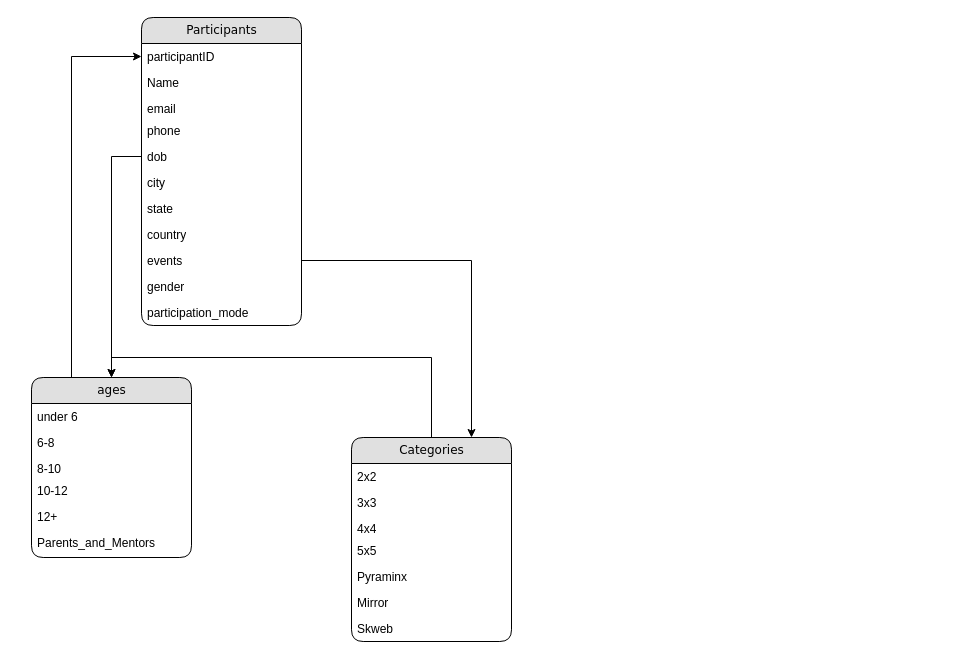
Earlier version of the draw.io diagram make_db/Untitled Diagram.drawio (PranavKrishnan007/revaluation_traboda). Source tidied: cells renumbered, new cells numbered last; positions are measured from the earlier drawing's top-left corner, leaving out a move shared by most shapes. Both pictures are drawn from the tidied source at 100%, with x=0, y=0 at pixel (31, 17).
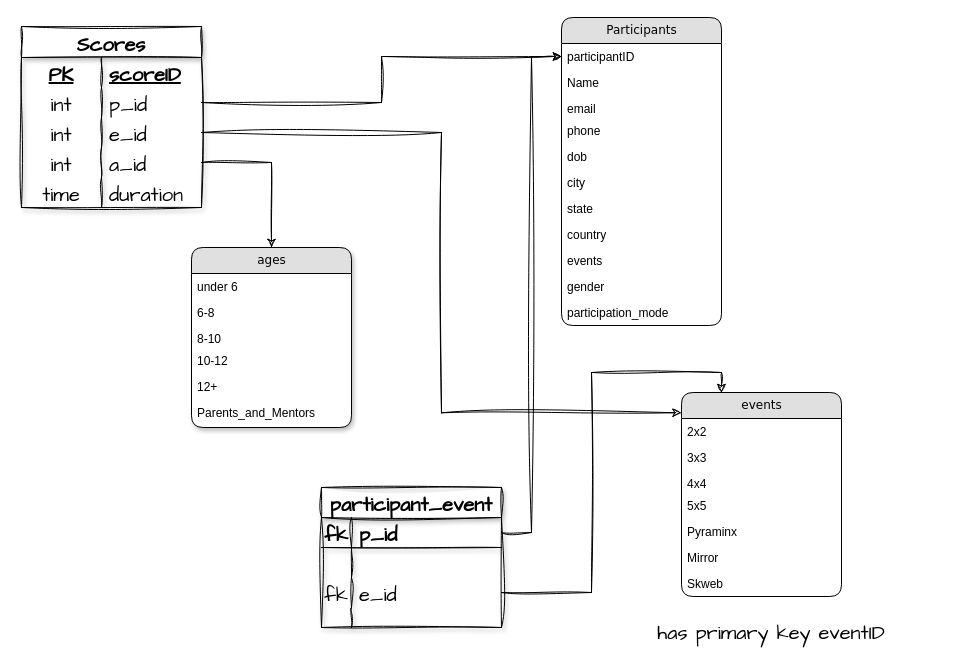
The same page after the edit.

The change refers to these unchanged cells:
```xml
<mxCell id="3" value="participantID" style="text;html=1;strokeColor=none;fillColor=none;spacingLeft=4;spacingRight=4;whiteSpace=wrap;overflow=hidden;points=[[0,0.5],[1,0.5]];portConstraint=eastwest;" parent="2" vertex="1">
  <mxGeometry y="26" width="160" height="26" as="geometry" />
</mxCell>
<mxCell id="7" value="dob" style="text;html=1;strokeColor=none;fillColor=none;spacingLeft=4;spacingRight=4;whiteSpace=wrap;overflow=hidden;points=[[0,0.5],[1,0.5]];portConstraint=eastwest;" parent="2" vertex="1">
  <mxGeometry y="126" width="160" height="26" as="geometry" />
</mxCell>
<mxCell id="11" value="events" style="text;html=1;strokeColor=none;fillColor=none;spacingLeft=4;spacingRight=4;whiteSpace=wrap;overflow=hidden;points=[[0,0.5],[1,0.5]];portConstraint=eastwest;" parent="2" vertex="1">
  <mxGeometry y="230" width="160" height="26" as="geometry" />
</mxCell>
<mxCell id="16" value="2x2" style="text;html=1;strokeColor=none;fillColor=none;spacingLeft=4;spacingRight=4;whiteSpace=wrap;overflow=hidden;points=[[0,0.5],[1,0.5]];portConstraint=eastwest;" parent="15" vertex="1">
  <mxGeometry y="26" width="160" height="26" as="geometry" />
</mxCell>
```

Diff of the diagram source:
```diff
@@
     <mxCell id="2" value="Participants" style="swimlane;html=1;fontStyle=0;horizontal=1;startSize=26;fillColor=#e0e0e0;swimlaneFillColor=#ffffff;align=center;rounded=1;shadow=0;comic=0;labelBackgroundColor=none;strokeWidth=1;fontFamily=Verdana;fontSize=12;" parent="1" vertex="1">
-      <mxGeometry x="110" width="160" height="308" as="geometry" />
+      <mxGeometry x="530" width="160" height="308" as="geometry" />
     </mxCell>
@@
-    <mxCell id="14" style="edgeStyle=orthogonalEdgeStyle;rounded=0;jettySize=auto;html=1;exitX=0.5;exitY=0;exitDx=0;exitDy=0;entryX=0.5;entryY=0;entryDx=0;entryDy=0;" parent="1" edge="1" source="15" target="24">
-      <mxGeometry relative="1" as="geometry" />
-    </mxCell>
-    <mxCell id="15" value="Categories" style="swimlane;html=1;fontStyle=0;horizontal=1;startSize=26;fillColor=#e0e0e0;swimlaneFillColor=#ffffff;align=center;rounded=1;shadow=0;comic=0;labelBackgroundColor=none;strokeWidth=1;fontFamily=Verdana;fontSize=12;" parent="1" vertex="1">
-      <mxGeometry x="320" y="420" width="160" height="204" as="geometry" />
+    <mxCell id="15" value="events" style="swimlane;html=1;fontStyle=0;horizontal=1;startSize=26;fillColor=#e0e0e0;swimlaneFillColor=#ffffff;align=center;rounded=1;shadow=0;comic=0;labelBackgroundColor=none;strokeWidth=1;fontFamily=Verdana;fontSize=12;" parent="1" vertex="1">
+      <mxGeometry x="650" y="375" width="160" height="204" as="geometry" />
     </mxCell>
@@
-    <mxCell id="23" style="edgeStyle=orthogonalEdgeStyle;rounded=0;jettySize=auto;html=1;exitX=0.25;exitY=0;exitDx=0;exitDy=0;entryX=0;entryY=0.5;entryDx=0;entryDy=0;" parent="1" edge="1" source="24" target="3">
-      <mxGeometry relative="1" as="geometry" />
-    </mxCell>
-    <mxCell id="24" value="ages" style="swimlane;html=1;fontStyle=0;horizontal=1;startSize=26;fillColor=#e0e0e0;swimlaneFillColor=#ffffff;align=center;rounded=1;shadow=0;comic=0;labelBackgroundColor=none;strokeWidth=1;fontFamily=Verdana;fontSize=12;" parent="1" vertex="1">
-      <mxGeometry y="360" width="160" height="180" as="geometry" />
+    <mxCell id="24" value="ages" style="swimlane;html=1;fontStyle=0;horizontal=1;startSize=26;fillColor=#e0e0e0;swimlaneFillColor=#ffffff;align=center;rounded=1;shadow=1;comic=0;labelBackgroundColor=none;strokeWidth=1;fontFamily=Verdana;fontSize=12;" parent="1" vertex="1">
+      <mxGeometry x="160" y="230" width="160" height="180" as="geometry" />
     </mxCell>
@@
-    <mxCell id="31" style="edgeStyle=orthogonalEdgeStyle;rounded=0;jettySize=auto;html=1;exitX=0;exitY=0.5;exitDx=0;exitDy=0;" parent="1" edge="1" source="7" target="24">
-      <mxGeometry relative="1" as="geometry" />
-    </mxCell>
-    <mxCell id="32" style="edgeStyle=orthogonalEdgeStyle;rounded=0;jettySize=auto;html=1;exitX=1;exitY=0.5;exitDx=0;exitDy=0;entryX=0.75;entryY=0;entryDx=0;entryDy=0;" parent="1" edge="1" source="11" target="15">
-      <mxGeometry relative="1" as="geometry" />
-    </mxCell>
+    <mxCell id="33" value="participant_event" style="shape=table;startSize=30;childLayout=tableLayout;rowLines=0;fontStyle=1;align=center;shadow=1;sketch=1;hachureGap=4;jiggle=2;curveFitting=1;fontFamily=Architects Daughter;fontSize=20;" parent="1" vertex="1">
+      <mxGeometry x="290" y="470" width="180" height="140" as="geometry" />
+    </mxCell>
+    <mxCell id="34" style="shape=tableRow;horizontal=0;startSize=0;swimlaneHead=0;swimlaneBody=0;fillColor=none;points=[[0,0.5],[1,0.5]];portConstraint=eastwest;top=0;left=0;right=0;bottom=1;shadow=1;sketch=1;hachureGap=4;jiggle=2;curveFitting=1;fontFamily=Architects Daughter;fontSize=20;" parent="33" vertex="1">
+      <mxGeometry y="30" width="180" height="30" as="geometry" />
+    </mxCell>
+    <mxCell id="35" value="fk" style="shape=partialRectangle;fillColor=none;top=0;left=0;bottom=0;right=0;fontStyle=1;overflow=hidden;shadow=1;sketch=1;hachureGap=4;jiggle=2;curveFitting=1;fontFamily=Architects Daughter;fontSize=20;" parent="34" vertex="1">
+      <mxGeometry width="30" height="30" as="geometry" />
+    </mxCell>
+    <mxCell id="36" value="p_id" style="shape=partialRectangle;fillColor=none;top=0;left=0;bottom=0;right=0;align=left;spacingLeft=6;fontStyle=1;overflow=hidden;shadow=1;sketch=1;hachureGap=4;jiggle=2;curveFitting=1;fontFamily=Architects Daughter;fontSize=20;" parent="34" vertex="1">
+      <mxGeometry x="30" width="150" height="30" as="geometry" />
+    </mxCell>
+    <mxCell id="37" style="shape=tableRow;horizontal=0;startSize=0;swimlaneHead=0;swimlaneBody=0;fillColor=none;top=0;left=0;right=0;bottom=0;shadow=1;sketch=1;hachureGap=4;jiggle=2;curveFitting=1;fontFamily=Architects Daughter;fontSize=20;" parent="33" vertex="1">
+      <mxGeometry y="60" width="180" height="30" as="geometry" />
+    </mxCell>
+    <mxCell id="38" style="shape=partialRectangle;fillColor=none;top=0;left=0;bottom=0;right=0;overflow=hidden;shadow=1;sketch=1;hachureGap=4;jiggle=2;curveFitting=1;fontFamily=Architects Daughter;fontSize=20;" parent="37" vertex="1">
+      <mxGeometry width="30" height="30" as="geometry" />
+    </mxCell>
+    <mxCell id="39" style="shape=partialRectangle;fillColor=none;top=0;left=0;bottom=0;right=0;align=left;spacingLeft=6;overflow=hidden;shadow=1;sketch=1;hachureGap=4;jiggle=2;curveFitting=1;fontFamily=Architects Daughter;fontSize=20;" parent="37" vertex="1">
+      <mxGeometry x="30" width="150" height="30" as="geometry" />
+    </mxCell>
+    <mxCell id="40" style="shape=tableRow;horizontal=0;startSize=0;swimlaneHead=0;swimlaneBody=0;fillColor=none;points=[[0,0.5],[1,0.5]];portConstraint=eastwest;top=0;left=0;right=0;bottom=0;shadow=1;sketch=1;hachureGap=4;jiggle=2;curveFitting=1;fontFamily=Architects Daughter;fontSize=20;" parent="33" vertex="1">
+      <mxGeometry y="90" width="180" height="30" as="geometry" />
+    </mxCell>
+    <mxCell id="41" value="fk" style="shape=partialRectangle;fillColor=none;top=0;left=0;bottom=0;right=0;overflow=hidden;shadow=1;sketch=1;hachureGap=4;jiggle=2;curveFitting=1;fontFamily=Architects Daughter;fontSize=20;" parent="40" vertex="1">
+      <mxGeometry width="30" height="30" as="geometry" />
+    </mxCell>
+    <mxCell id="42" value="e_id" style="shape=partialRectangle;fillColor=none;top=0;left=0;bottom=0;right=0;align=left;spacingLeft=6;overflow=hidden;shadow=1;sketch=1;hachureGap=4;jiggle=2;curveFitting=1;fontFamily=Architects Daughter;fontSize=20;" parent="40" vertex="1">
+      <mxGeometry x="30" width="150" height="30" as="geometry" />
+    </mxCell>
+    <mxCell id="43" style="shape=tableRow;horizontal=0;startSize=0;swimlaneHead=0;swimlaneBody=0;fillColor=none;top=0;left=0;right=0;bottom=0;shadow=1;sketch=1;hachureGap=4;jiggle=2;curveFitting=1;fontFamily=Architects Daughter;fontSize=20;" parent="33" vertex="1">
+      <mxGeometry y="120" width="180" height="20" as="geometry" />
+    </mxCell>
+    <mxCell id="44" style="shape=partialRectangle;fillColor=none;top=0;left=0;bottom=0;right=0;overflow=hidden;shadow=1;sketch=1;hachureGap=4;jiggle=2;curveFitting=1;fontFamily=Architects Daughter;fontSize=20;" parent="43" vertex="1">
+      <mxGeometry width="30" height="20" as="geometry" />
+    </mxCell>
+    <mxCell id="45" style="shape=partialRectangle;fillColor=none;top=0;left=0;bottom=0;right=0;align=left;spacingLeft=6;overflow=hidden;shadow=1;sketch=1;hachureGap=4;jiggle=2;curveFitting=1;fontFamily=Architects Daughter;fontSize=20;" parent="43" vertex="1">
+      <mxGeometry x="30" width="150" height="20" as="geometry" />
+    </mxCell>
+    <mxCell id="46" value="has primary key eventID" style="text;html=1;strokeColor=none;fillColor=none;align=center;verticalAlign=middle;whiteSpace=wrap;rounded=0;shadow=1;sketch=1;hachureGap=4;jiggle=2;curveFitting=1;fontFamily=Architects Daughter;fontSize=20;" parent="1" vertex="1">
+      <mxGeometry x="580" y="600" width="320" height="30" as="geometry" />
+    </mxCell>
+    <mxCell id="47" value="Scores" style="shape=table;startSize=31;childLayout=tableLayout;rowLines=0;fontStyle=1;align=center;shadow=1;sketch=1;hachureGap=4;jiggle=2;curveFitting=1;fontFamily=Architects Daughter;fontSize=20;" parent="1" vertex="1">
+      <mxGeometry x="-10" y="9" width="180" height="181" as="geometry" />
+    </mxCell>
+    <mxCell id="48" style="shape=tableRow;horizontal=0;startSize=0;swimlaneHead=0;swimlaneBody=0;fillColor=none;top=0;left=0;right=0;bottom=0;shadow=1;sketch=1;hachureGap=4;jiggle=2;curveFitting=1;fontFamily=Architects Daughter;fontSize=20;" parent="47" vertex="1">
+      <mxGeometry y="31" width="180" height="30" as="geometry" />
+    </mxCell>
+    <mxCell id="49" value="PK" style="shape=partialRectangle;fillColor=none;top=0;left=0;bottom=0;right=0;overflow=hidden;shadow=1;sketch=1;hachureGap=4;jiggle=2;curveFitting=1;fontFamily=Architects Daughter;fontSize=20;fontStyle=5;" parent="48" vertex="1">
+      <mxGeometry width="80" height="30" as="geometry" />
+    </mxCell>
+    <mxCell id="50" value="scoreID" style="shape=partialRectangle;fillColor=none;top=0;left=0;bottom=0;right=0;align=left;spacingLeft=6;overflow=hidden;shadow=1;sketch=1;hachureGap=4;jiggle=2;curveFitting=1;fontFamily=Architects Daughter;fontSize=20;fontStyle=5;" parent="48" vertex="1">
+      <mxGeometry x="80" width="100" height="30" as="geometry" />
+    </mxCell>
+    <mxCell id="51" style="shape=tableRow;horizontal=0;startSize=0;swimlaneHead=0;swimlaneBody=0;fillColor=none;points=[[0,0.5],[1,0.5]];portConstraint=eastwest;top=0;left=0;right=0;bottom=0;shadow=1;sketch=1;hachureGap=4;jiggle=2;curveFitting=1;fontFamily=Architects Daughter;fontSize=20;" parent="47" vertex="1">
+      <mxGeometry y="61" width="180" height="30" as="geometry" />
+    </mxCell>
+    <mxCell id="52" value="int" style="shape=partialRectangle;fillColor=none;top=0;left=0;bottom=0;right=0;overflow=hidden;shadow=1;sketch=1;hachureGap=4;jiggle=2;curveFitting=1;fontFamily=Architects Daughter;fontSize=20;" parent="51" vertex="1">
+      <mxGeometry width="80" height="30" as="geometry" />
+    </mxCell>
+    <mxCell id="53" value="p_id" style="shape=partialRectangle;fillColor=none;top=0;left=0;bottom=0;right=0;align=left;spacingLeft=6;overflow=hidden;shadow=1;sketch=1;hachureGap=4;jiggle=2;curveFitting=1;fontFamily=Architects Daughter;fontSize=20;" parent="51" vertex="1">
+      <mxGeometry x="80" width="100" height="30" as="geometry" />
+    </mxCell>
+    <mxCell id="54" style="shape=tableRow;horizontal=0;startSize=0;swimlaneHead=0;swimlaneBody=0;fillColor=none;points=[[0,0.5],[1,0.5]];portConstraint=eastwest;top=0;left=0;right=0;bottom=0;shadow=1;sketch=1;hachureGap=4;jiggle=2;curveFitting=1;fontFamily=Architects Daughter;fontSize=20;" parent="47" vertex="1">
+      <mxGeometry y="91" width="180" height="30" as="geometry" />
+    </mxCell>
+    <mxCell id="55" value="int" style="shape=partialRectangle;fillColor=none;top=0;left=0;bottom=0;right=0;overflow=hidden;shadow=1;sketch=1;hachureGap=4;jiggle=2;curveFitting=1;fontFamily=Architects Daughter;fontSize=20;" parent="54" vertex="1">
+      <mxGeometry width="80" height="30" as="geometry" />
+    </mxCell>
+    <mxCell id="56" value="e_id" style="shape=partialRectangle;fillColor=none;top=0;left=0;bottom=0;right=0;align=left;spacingLeft=6;overflow=hidden;shadow=1;sketch=1;hachureGap=4;jiggle=2;curveFitting=1;fontFamily=Architects Daughter;fontSize=20;" parent="54" vertex="1">
+      <mxGeometry x="80" width="100" height="30" as="geometry" />
+    </mxCell>
+    <mxCell id="57" style="shape=tableRow;horizontal=0;startSize=0;swimlaneHead=0;swimlaneBody=0;fillColor=none;points=[[0,0.5],[1,0.5]];portConstraint=eastwest;top=0;left=0;right=0;bottom=0;shadow=1;sketch=1;hachureGap=4;jiggle=2;curveFitting=1;fontFamily=Architects Daughter;fontSize=20;" parent="47" vertex="1">
+      <mxGeometry y="121" width="180" height="30" as="geometry" />
+    </mxCell>
+    <mxCell id="58" value="int" style="shape=partialRectangle;fillColor=none;top=0;left=0;bottom=0;right=0;overflow=hidden;shadow=1;sketch=1;hachureGap=4;jiggle=2;curveFitting=1;fontFamily=Architects Daughter;fontSize=20;" parent="57" vertex="1">
+      <mxGeometry width="80" height="30" as="geometry" />
+    </mxCell>
+    <mxCell id="59" value="a_id" style="shape=partialRectangle;fillColor=none;top=0;left=0;bottom=0;right=0;align=left;spacingLeft=6;overflow=hidden;shadow=1;sketch=1;hachureGap=4;jiggle=2;curveFitting=1;fontFamily=Architects Daughter;fontSize=20;" parent="57" vertex="1">
+      <mxGeometry x="80" width="100" height="30" as="geometry" />
+    </mxCell>
+    <mxCell id="60" style="shape=tableRow;horizontal=0;startSize=0;swimlaneHead=0;swimlaneBody=0;fillColor=none;top=0;left=0;right=0;bottom=0;shadow=1;sketch=1;hachureGap=4;jiggle=2;curveFitting=1;fontFamily=Architects Daughter;fontSize=20;" parent="47" vertex="1">
+      <mxGeometry y="151" width="180" height="30" as="geometry" />
+    </mxCell>
+    <mxCell id="61" value="time" style="shape=partialRectangle;fillColor=none;top=0;left=0;bottom=0;right=0;overflow=hidden;shadow=1;sketch=1;hachureGap=4;jiggle=2;curveFitting=1;fontFamily=Architects Daughter;fontSize=20;" parent="60" vertex="1">
+      <mxGeometry width="80" height="30" as="geometry" />
+    </mxCell>
+    <mxCell id="62" value="duration" style="shape=partialRectangle;fillColor=none;top=0;left=0;bottom=0;right=0;align=left;spacingLeft=6;overflow=hidden;shadow=1;sketch=1;hachureGap=4;jiggle=2;curveFitting=1;fontFamily=Architects Daughter;fontSize=20;" parent="60" vertex="1">
+      <mxGeometry x="80" width="100" height="30" as="geometry" />
+    </mxCell>
+    <mxCell id="63" style="edgeStyle=orthogonalEdgeStyle;rounded=0;sketch=1;hachureGap=4;jiggle=2;curveFitting=1;jettySize=auto;html=1;exitX=1;exitY=0.5;exitDx=0;exitDy=0;entryX=0;entryY=0.5;entryDx=0;entryDy=0;fontFamily=Architects Daughter;fontSize=16;" parent="1" edge="1" source="51" target="3">
+      <mxGeometry relative="1" as="geometry" />
+    </mxCell>
+    <mxCell id="64" style="edgeStyle=orthogonalEdgeStyle;rounded=0;sketch=1;hachureGap=4;jiggle=2;curveFitting=1;jettySize=auto;html=1;exitX=1;exitY=0.5;exitDx=0;exitDy=0;entryX=0;entryY=0.5;entryDx=0;entryDy=0;fontFamily=Architects Daughter;fontSize=16;" parent="1" edge="1" source="34" target="3">
+      <mxGeometry relative="1" as="geometry" />
+    </mxCell>
+    <mxCell id="65" style="edgeStyle=orthogonalEdgeStyle;rounded=0;sketch=1;hachureGap=4;jiggle=2;curveFitting=1;jettySize=auto;html=1;exitX=1;exitY=0.5;exitDx=0;exitDy=0;entryX=0.25;entryY=0;entryDx=0;entryDy=0;fontFamily=Architects Daughter;fontSize=16;" parent="1" edge="1" source="40" target="15">
+      <mxGeometry relative="1" as="geometry" />
+    </mxCell>
+    <mxCell id="66" style="edgeStyle=orthogonalEdgeStyle;rounded=0;sketch=1;hachureGap=4;jiggle=2;curveFitting=1;jettySize=auto;html=1;exitX=1;exitY=0.5;exitDx=0;exitDy=0;entryX=-0.002;entryY=-0.221;entryDx=0;entryDy=0;entryPerimeter=0;fontFamily=Architects Daughter;fontSize=16;" parent="1" edge="1" source="54" target="16">
+      <mxGeometry relative="1" as="geometry" />
+    </mxCell>
+    <mxCell id="67" style="edgeStyle=orthogonalEdgeStyle;rounded=0;sketch=1;hachureGap=4;jiggle=2;curveFitting=1;jettySize=auto;html=1;exitX=1;exitY=0.5;exitDx=0;exitDy=0;entryX=0.5;entryY=0;entryDx=0;entryDy=0;fontFamily=Architects Daughter;fontSize=16;" parent="1" edge="1" source="57" target="24">
+      <mxGeometry relative="1" as="geometry" />
+    </mxCell>
```
